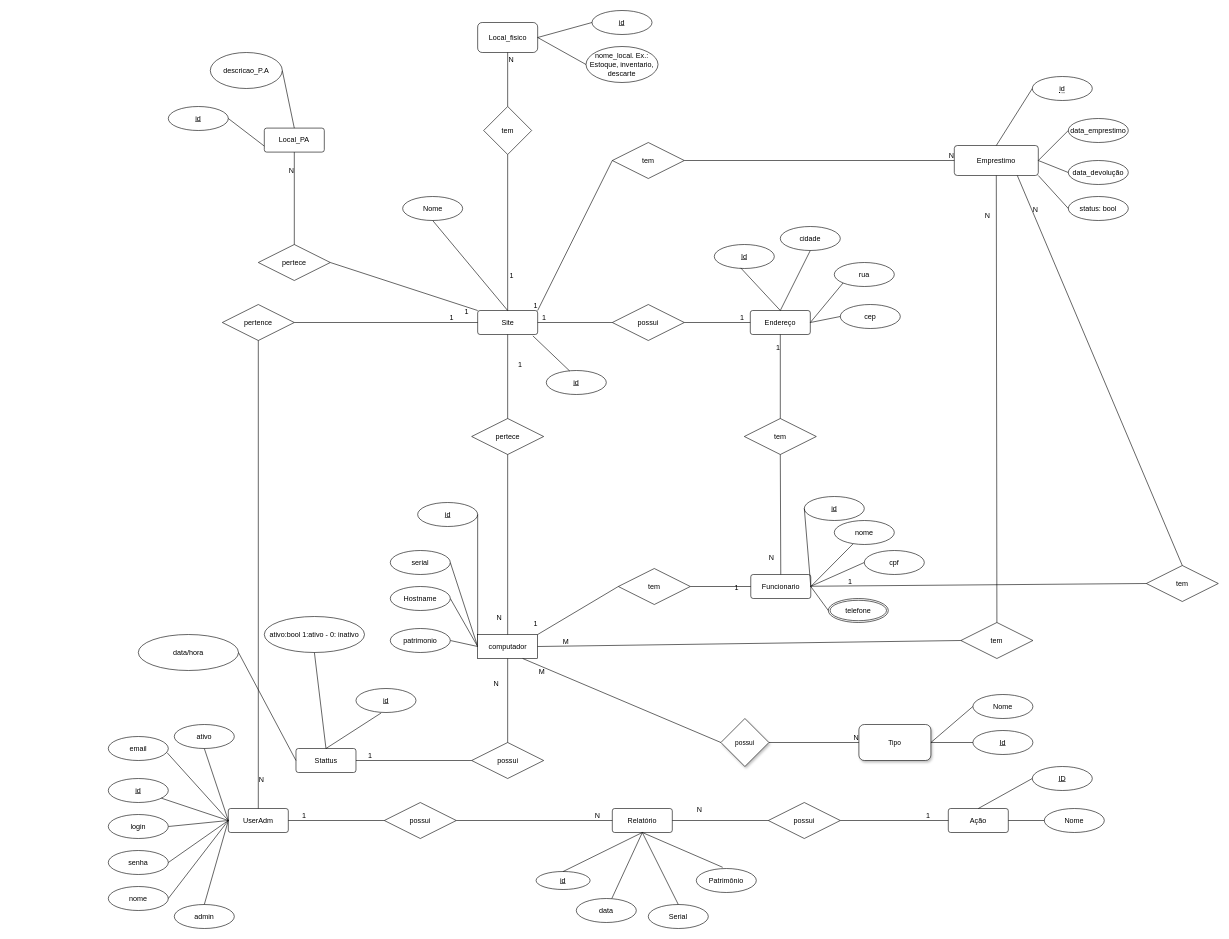
jesiqueira/monitora keeps this draw.io diagram as app/static/img/monitora.drawio. Above is the earlier version. Source tidied: cells renumbered, new cells numbered last; positions are measured from the earlier drawing's top-left corner, leaving out a move shared by most shapes. Both pictures are drawn from the tidied source at 60%, with x=0, y=0 at pixel (108, 10).
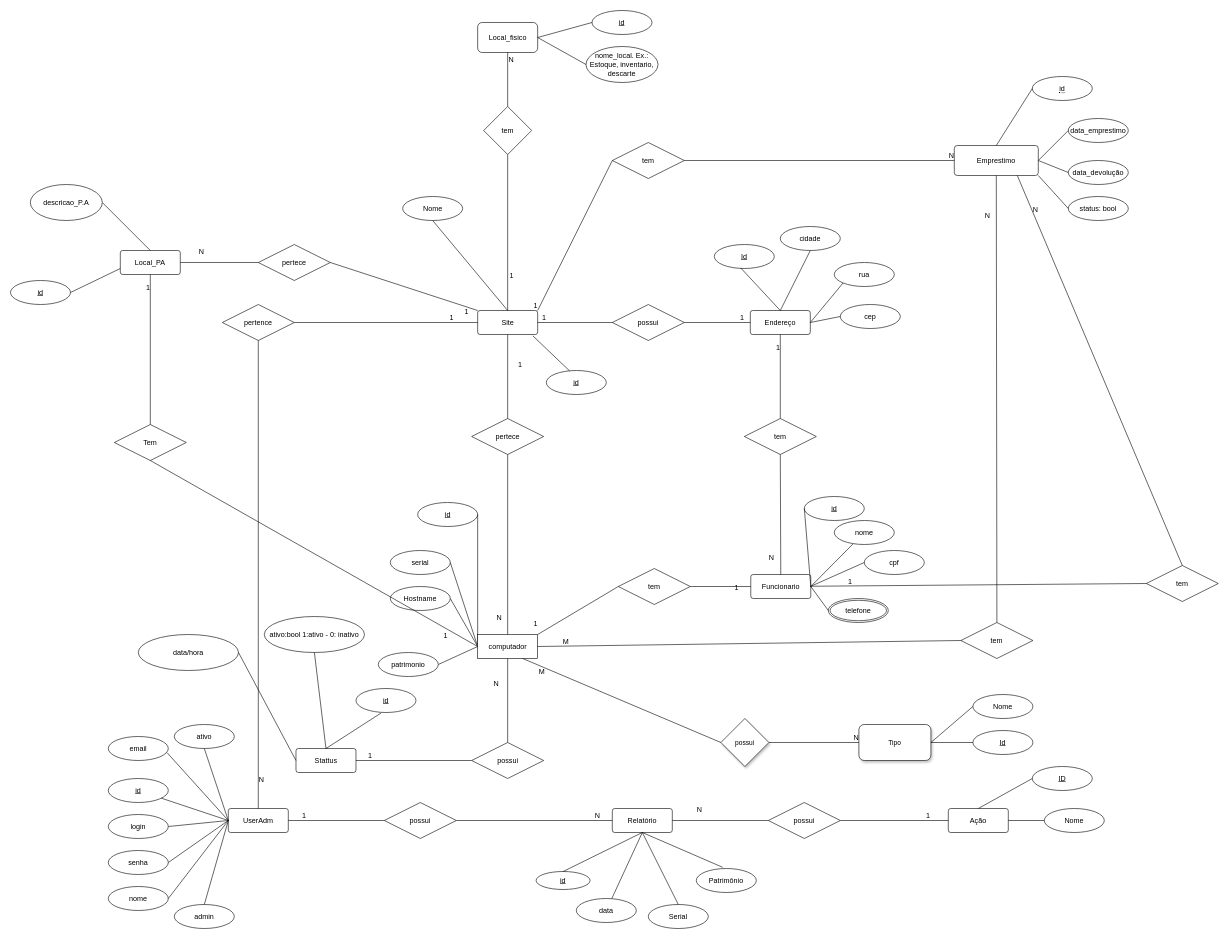
The same page after the edit.

Unchanged cells that the change refers to:
```xml
<mxCell id="65" value="pertece" style="shape=rhombus;perimeter=rhombusPerimeter;whiteSpace=wrap;html=1;align=center;" parent="1" vertex="1">
  <mxGeometry x="250" y="390" width="120" height="60" as="geometry" />
</mxCell>
<mxCell id="115" value="computador" style="rounded=1;arcSize=0;whiteSpace=wrap;html=1;align=center;" parent="1" vertex="1">
  <mxGeometry x="615.6" y="1040" width="100" height="40" as="geometry" />
</mxCell>
```

Change to the diagram source:
```diff
@@
     <mxCell id="61" value="Local_PA" style="rounded=1;arcSize=10;whiteSpace=wrap;html=1;align=center;" parent="1" vertex="1">
-      <mxGeometry x="260" y="196" width="100" height="40" as="geometry" />
+      <mxGeometry x="20" y="400" width="100" height="40" as="geometry" />
     </mxCell>
     <mxCell id="62" value="id" style="ellipse;whiteSpace=wrap;html=1;align=center;fontStyle=4;" parent="1" vertex="1">
-      <mxGeometry x="100" y="160" width="100" height="40" as="geometry" />
+      <mxGeometry x="-163" y="450" width="100" height="40" as="geometry" />
     </mxCell>
@@
     <mxCell id="85" value="descricao_P.A" style="ellipse;whiteSpace=wrap;html=1;rounded=1;arcSize=10;" parent="1" vertex="1">
-      <mxGeometry x="170" y="70" width="120" height="60" as="geometry" />
+      <mxGeometry x="-130" y="290" width="120" height="60" as="geometry" />
     </mxCell>
@@
-    <mxCell id="96" style="endArrow=none;html=1;rounded=0;exitX=0.5;exitY=0;exitDx=0;exitDy=0;entryX=0.5;entryY=1;entryDx=0;entryDy=0;" parent="1" edge="1" source="65" target="61">
+    <mxCell id="96" style="endArrow=none;html=1;rounded=0;exitX=0;exitY=0.5;exitDx=0;exitDy=0;entryX=1;entryY=0.5;entryDx=0;entryDy=0;" parent="1" edge="1" source="65" target="61">
       <mxGeometry relative="1" as="geometry" />
     </mxCell>
     <mxCell id="97" value="N" style="html=1;align=right;verticalAlign=bottom;" parent="96" vertex="1">
       <mxGeometry x="1" relative="1" as="geometry">
-        <mxPoint y="39" as="offset" />
+        <mxPoint x="40" y="-10" as="offset" />
       </mxGeometry>
     </mxCell>
@@
     <mxCell id="167" value="patrimonio" style="ellipse;whiteSpace=wrap;html=1;align=center;" parent="1" vertex="1">
-      <mxGeometry x="470" y="1030" width="100" height="40" as="geometry" />
+      <mxGeometry x="450" y="1070" width="100" height="40" as="geometry" />
     </mxCell>
@@
+    <mxCell id="169" value="Tem" style="shape=rhombus;perimeter=rhombusPerimeter;whiteSpace=wrap;html=1;align=center;" parent="1" vertex="1">
+      <mxGeometry x="10" y="690" width="120" height="60" as="geometry" />
+    </mxCell>
+    <mxCell id="170" style="endArrow=none;html=1;rounded=0;entryX=0.5;entryY=1;entryDx=0;entryDy=0;" parent="1" edge="1" source="169" target="61">
+      <mxGeometry relative="1" as="geometry" />
+    </mxCell>
+    <mxCell id="171" value="1" style="html=1;align=right;verticalAlign=bottom;" parent="170" vertex="1">
+      <mxGeometry x="1" relative="1" as="geometry">
+        <mxPoint y="30" as="offset" />
+      </mxGeometry>
+    </mxCell>
+    <mxCell id="172" style="endArrow=none;html=1;rounded=0;entryX=0;entryY=0.5;entryDx=0;entryDy=0;exitX=0.5;exitY=1;exitDx=0;exitDy=0;" parent="1" edge="1" source="169" target="115">
+      <mxGeometry relative="1" as="geometry" />
+    </mxCell>
+    <mxCell id="173" value="1" style="html=1;align=right;verticalAlign=bottom;" parent="172" vertex="1">
+      <mxGeometry x="1" relative="1" as="geometry">
+        <mxPoint x="-50" y="-10" as="offset" />
+      </mxGeometry>
+    </mxCell>
```
